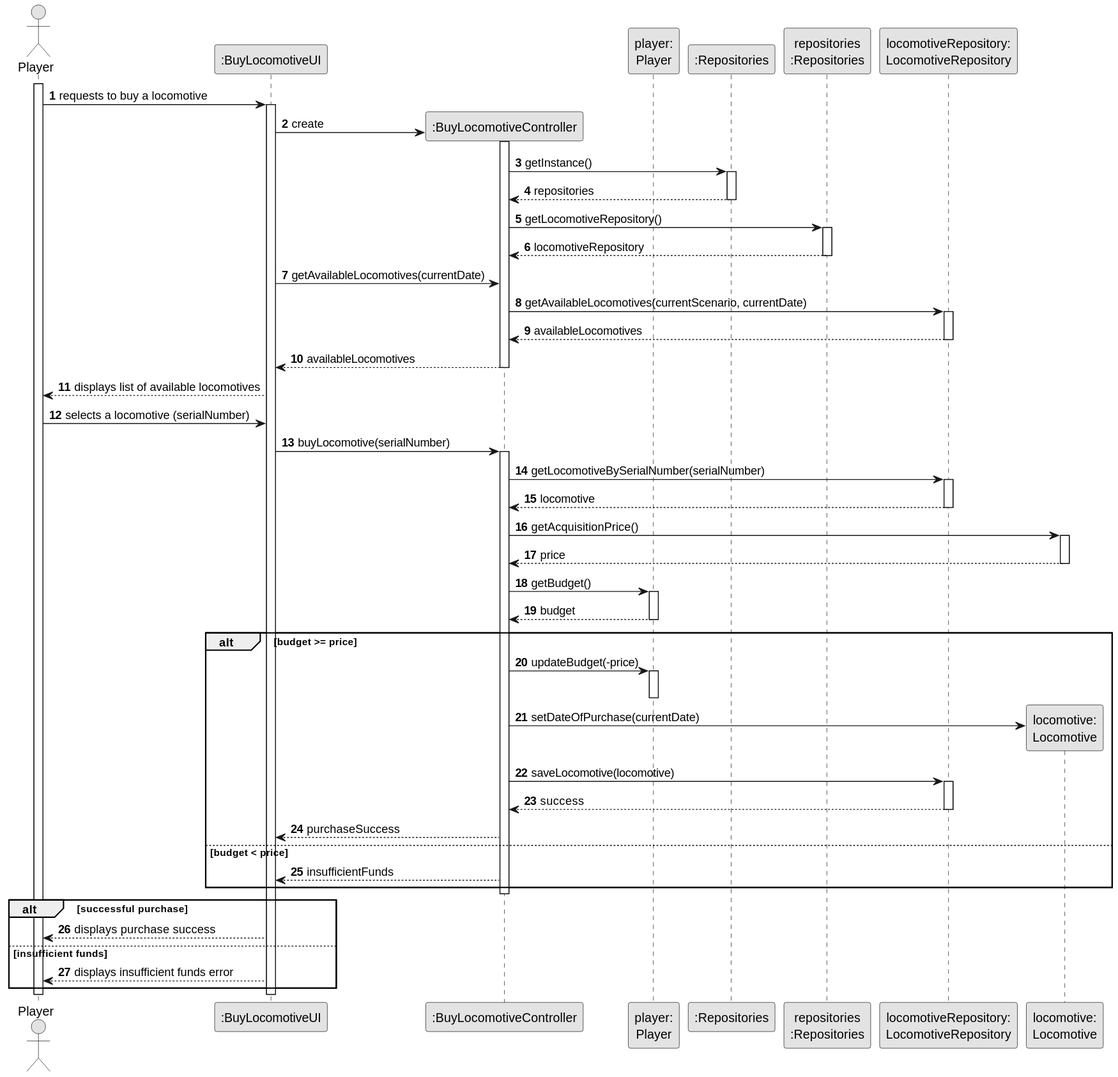
Above: docs/sprint2/us009/03.design/svg/us009-sequence-diagram-full.svg in ivasduarte/all-aboard (PlantUML), before the change.
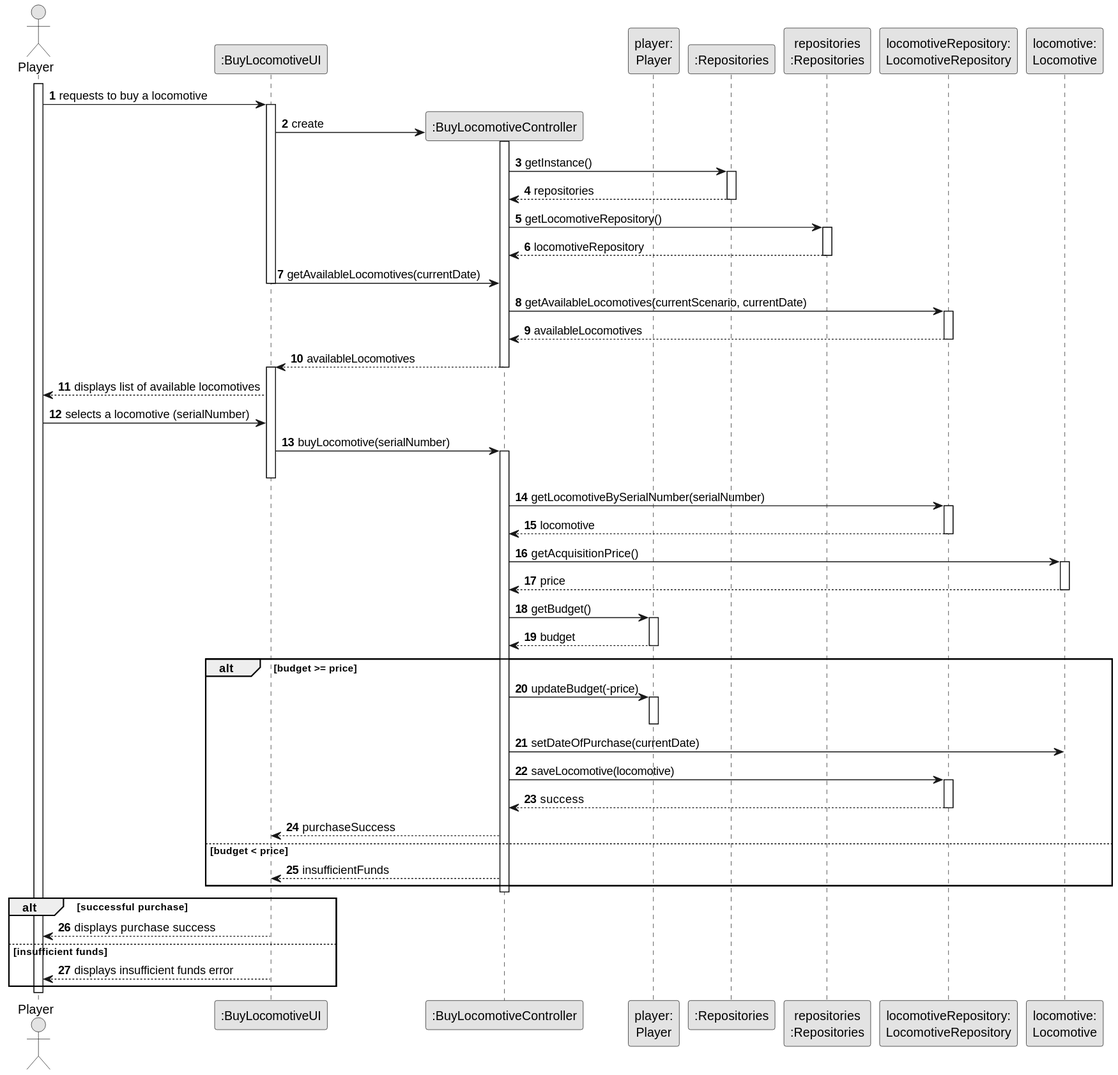
The same diagram one commit later.

Commit message:
US009(docs): correcting sequence diagram

Diff of the diagram source:
```diff
@@ -36,6 +36,7 @@
                 PLAT --> CTRL : locomotiveRepository
             deactivate PLAT
 UI -> CTRL : getAvailableLocomotives(currentDate)
+            deactivate UI
             CTRL -> LocomotiveRepo : getAvailableLocomotives(currentScenario, currentDate)
             activate LocomotiveRepo
                 LocomotiveRepo --> CTRL : availableLocomotives
@@ -43,14 +44,14 @@
 
             CTRL --> UI : availableLocomotives
         deactivate CTRL
-
+        activate UI
         UI --> Player : displays list of available locomotives
 
         Player -> UI : selects a locomotive (serialNumber)
 
         UI -> CTRL : buyLocomotive(serialNumber)
         activate CTRL
-
+            deactivate UI
             CTRL -> LocomotiveRepo : getLocomotiveBySerialNumber(serialNumber)
             activate LocomotiveRepo
                 LocomotiveRepo --> CTRL : locomotive
@@ -71,7 +72,7 @@
                 activate PlayerObj
                 deactivate PlayerObj
 
-                CTRL -> Locomotive** : setDateOfPurchase(currentDate)
+                CTRL -> Locomotive: setDateOfPurchase(currentDate)
 
                 CTRL -> LocomotiveRepo : saveLocomotive(locomotive)
                 activate LocomotiveRepo
```
